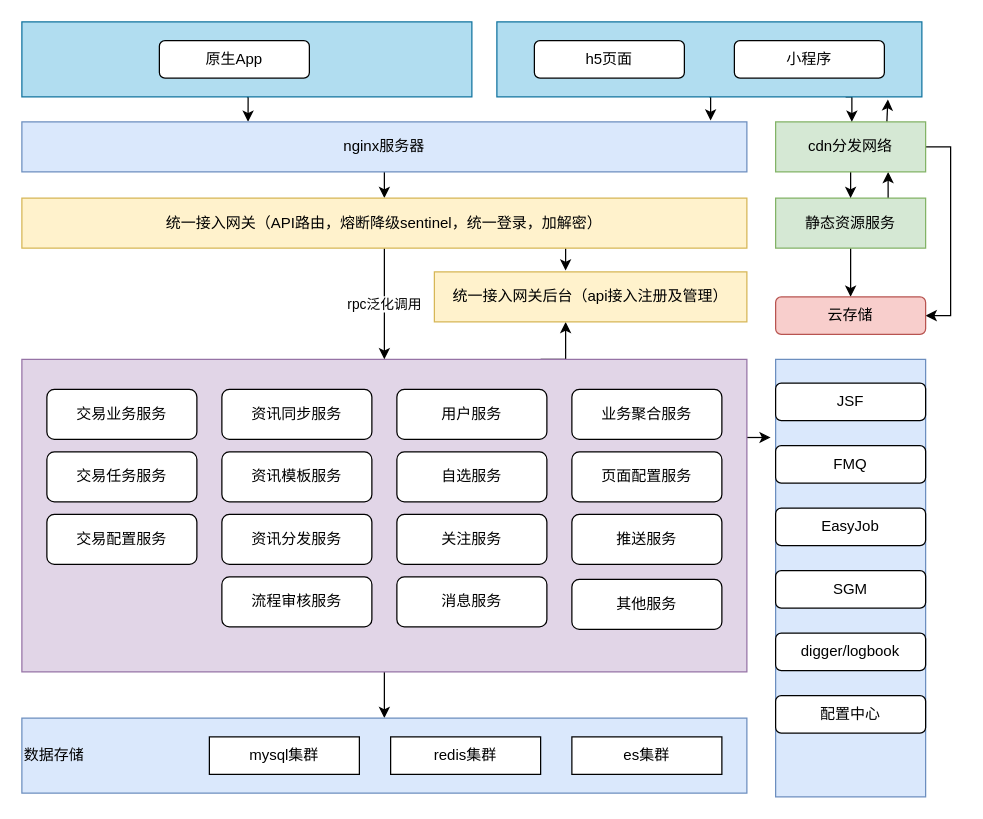
The draw.io diagram 证券系统整体架构图-JD.drawio in WindRain20140210/files-ArchitectureDiagram, before the edit. Source tidied: cells renumbered, new cells numbered last; positions are measured from the earlier drawing's top-left corner, leaving out a move shared by most shapes. Both pictures are drawn from the tidied source at 125%, with x=0, y=0 at pixel (21, 21).
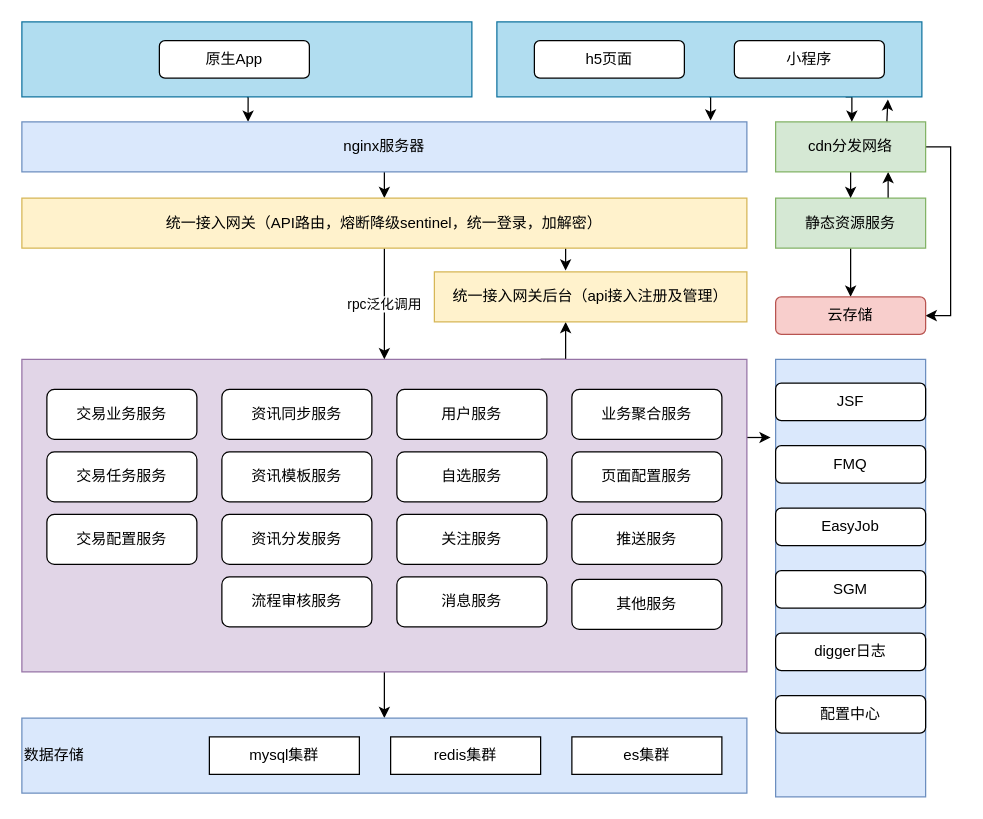
Above is the later version.

Commit message:
Update 证券系统整体架构图-JD.drawio

The edit, as a diff of the source:
```diff
@@
-    <mxCell id="30" value="digger/logbook" style="rounded=1;whiteSpace=wrap;html=1;" parent="1" vertex="1">
+    <mxCell id="30" value="digger日志" style="rounded=1;whiteSpace=wrap;html=1;" parent="1" vertex="1">
       <mxGeometry x="603" y="489" width="120" height="30" as="geometry" />
     </mxCell>
```
